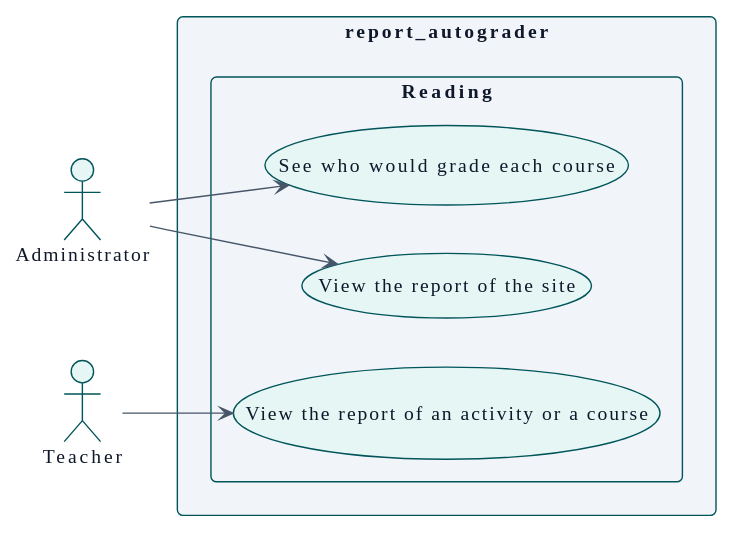
Before: docs/es/technical/requirements/use-case-overview.svg, a diagram exported from PlantUML (didactika/moodle-report_autograder).
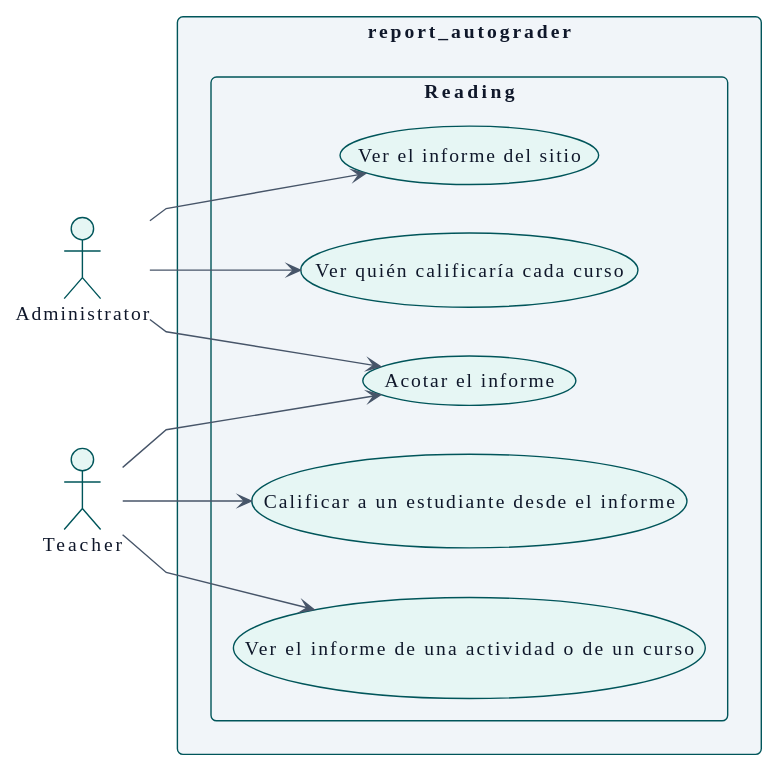
The same diagram one commit later.

What changed in the source:
```diff
@@ -111,13 +111,18 @@
 
 rectangle "report_autograder" {
   package "Reading" {
-    usecase "View the report of an activity or a course" as UC_viewReport
-    usecase "View the report of the site" as UC_viewSiteReport
-    usecase "See who would grade each course" as UC_viewGraders
+    usecase "Ver el informe de una actividad o de un curso" as UC_viewReport
+    usecase "Ver el informe del sitio" as UC_viewSiteReport
+    usecase "Ver quién calificaría cada curso" as UC_viewGraders
+    usecase "Acotar el informe" as UC_narrowReport
+    usecase "Calificar a un estudiante desde el informe" as UC_gradeFromReport
   }
 }
 
 A_Teacher --> UC_viewReport
 A_Administrator --> UC_viewSiteReport
 A_Administrator --> UC_viewGraders
+A_Teacher --> UC_narrowReport
+A_Administrator --> UC_narrowReport
+A_Teacher --> UC_gradeFromReport
 @enduml
```
